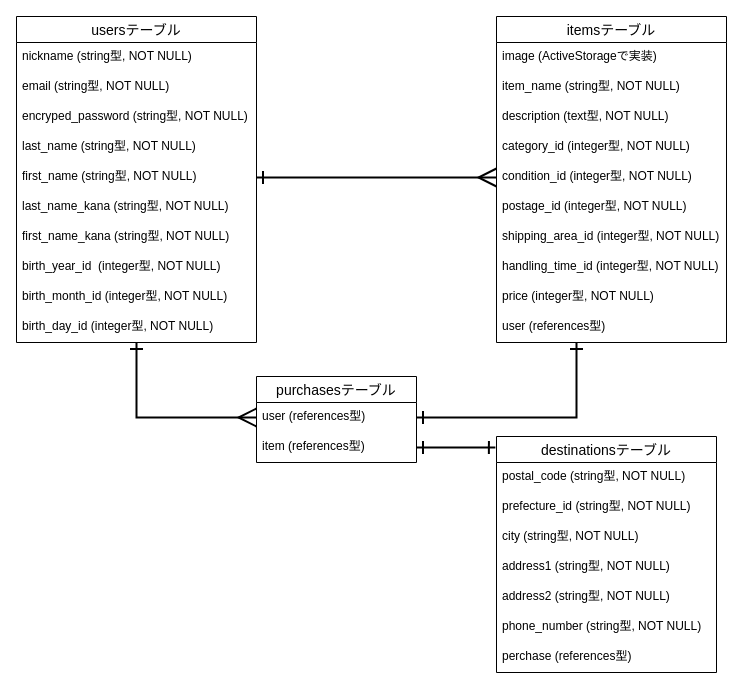
Before: test.dio in shizuka-yamamoto/furima-35824, a draw.io diagram. Source tidied: cells renumbered, new cells numbered last; positions are measured from the earlier drawing's top-left corner, leaving out a move shared by most shapes. Both pictures are drawn from the tidied source at 100%, with x=0, y=0 at pixel (16, 16).
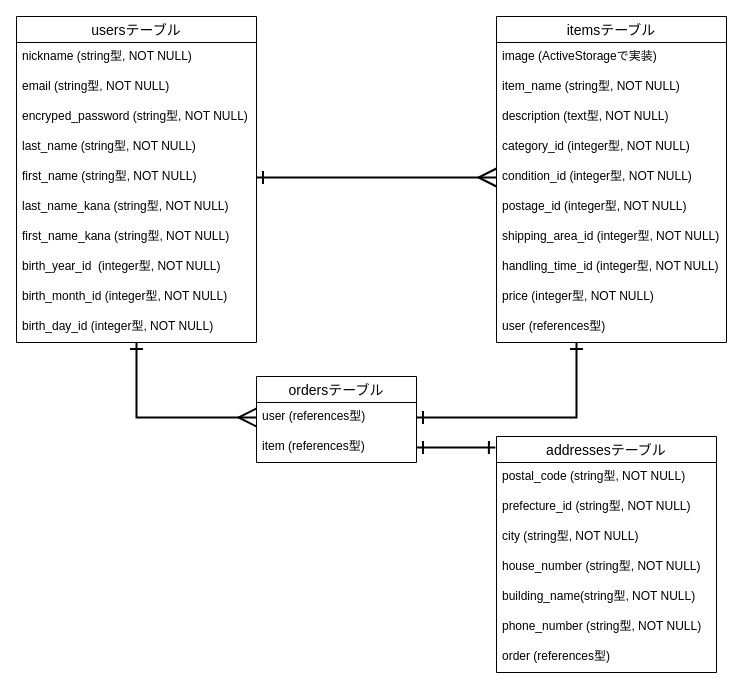
After the change.

Commit message:
ER図のテーブル・カラム名の変更

Change to the diagram source:
```diff
@@
-    <mxCell id="14" value="purchasesテーブル" style="swimlane;fontStyle=0;horizontal=1;startSize=26;align=center;fontSize=14;labelBackgroundColor=none;html=0;" parent="1" vertex="1">
+    <mxCell id="14" value="ordersテーブル" style="swimlane;fontStyle=0;horizontal=1;startSize=26;align=center;fontSize=14;labelBackgroundColor=none;html=0;" parent="1" vertex="1">
       <mxGeometry x="240" y="360" width="160" height="86" as="geometry" />
     </mxCell>
@@
-    <mxCell id="17" value="destinationsテーブル" style="swimlane;fontStyle=0;horizontal=1;startSize=26;align=center;fontSize=14;labelBackgroundColor=none;html=0;" parent="1" vertex="1">
+    <mxCell id="17" value="addressesテーブル" style="swimlane;fontStyle=0;horizontal=1;startSize=26;align=center;fontSize=14;labelBackgroundColor=none;html=0;" parent="1" vertex="1">
       <mxGeometry x="480" y="420" width="220" height="236" as="geometry" />
     </mxCell>
@@
-    <mxCell id="21" value="address1 (string型, NOT NULL)" style="text;strokeColor=none;fillColor=none;spacingLeft=4;spacingRight=4;overflow=hidden;fontSize=12;labelBackgroundColor=none;html=0;" parent="17" vertex="1">
+    <mxCell id="21" value="house_number (string型, NOT NULL)" style="text;strokeColor=none;fillColor=none;spacingLeft=4;spacingRight=4;overflow=hidden;fontSize=12;labelBackgroundColor=none;html=0;" parent="17" vertex="1">
       <mxGeometry y="116" width="220" height="30" as="geometry" />
     </mxCell>
-    <mxCell id="22" value="address2 (string型, NOT NULL)" style="text;strokeColor=none;fillColor=none;spacingLeft=4;spacingRight=4;overflow=hidden;fontSize=12;labelBackgroundColor=none;html=0;" parent="17" vertex="1">
+    <mxCell id="22" value="building_name(string型, NOT NULL)" style="text;strokeColor=none;fillColor=none;spacingLeft=4;spacingRight=4;overflow=hidden;fontSize=12;labelBackgroundColor=none;html=0;" parent="17" vertex="1">
       <mxGeometry y="146" width="220" height="30" as="geometry" />
     </mxCell>
@@
-    <mxCell id="24" value="perchase (references型)" style="text;strokeColor=none;fillColor=none;spacingLeft=4;spacingRight=4;overflow=hidden;fontSize=12;" parent="17" vertex="1">
+    <mxCell id="24" value="order (references型)" style="text;strokeColor=none;fillColor=none;spacingLeft=4;spacingRight=4;overflow=hidden;fontSize=12;" parent="17" vertex="1">
       <mxGeometry y="206" width="220" height="30" as="geometry" />
     </mxCell>
```
